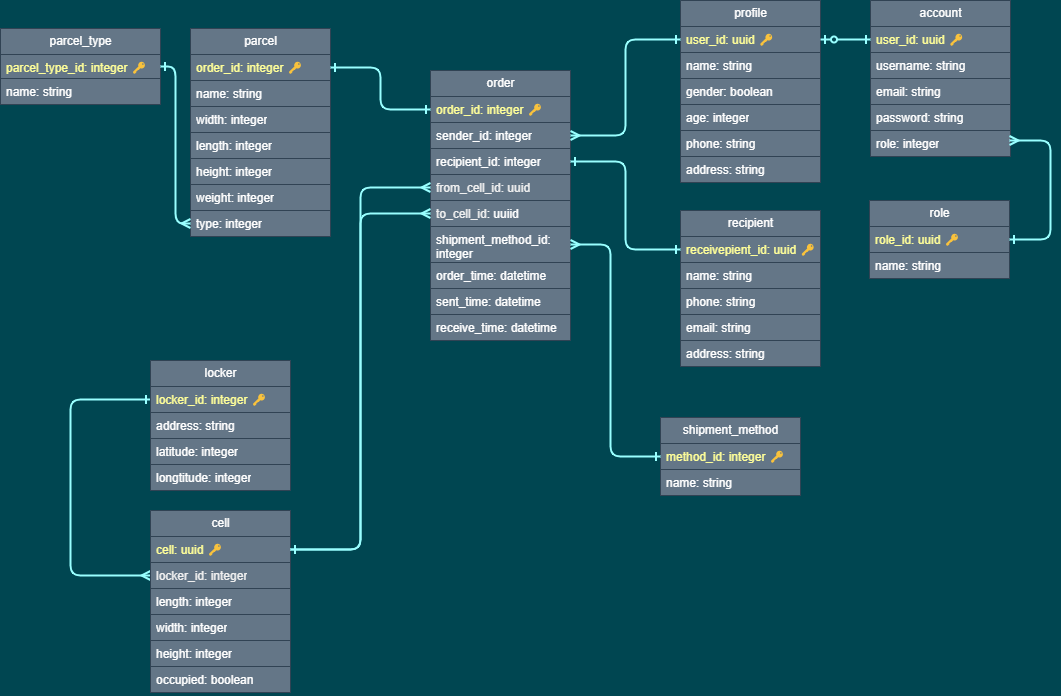
chauanphu/be-parcel-locker keeps this draw.io diagram as UML.drawio.png. Above is the earlier version. Source tidied: cells renumbered, new cells last; positions are measured from the earlier drawing's top-left corner, leaving out a move shared by most shapes.
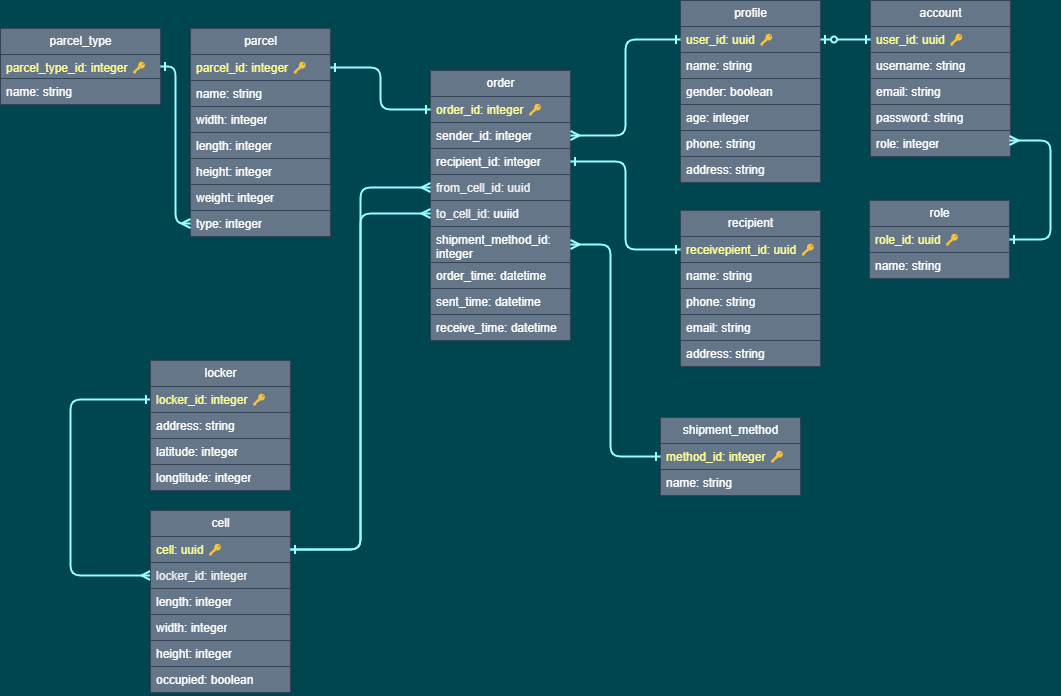
The same diagram one commit later.

Commit message:
schema: rename to parcel_id

Diff of the diagram source:
```diff
@@ -5,7 +5,7 @@
     <mxCell id="2" value="parcel" style="swimlane;fontStyle=0;horizontal=1;startSize=26;fillColor=#647687;html=1;fontColor=#ffffff;strokeColor=#314354;" parent="1" vertex="1">
       <mxGeometry x="190" y="28" width="140" height="208" as="geometry" />
     </mxCell>
-    <mxCell id="3" value="&lt;span style=&quot;color: rgb(255, 255, 153);&quot;&gt;order_id&lt;/span&gt;&lt;font color=&quot;#ffff99&quot;&gt;: integer 🔑&lt;/font&gt;" style="text;strokeColor=#314354;fillColor=#647687;align=left;verticalAlign=top;spacingLeft=4;spacingRight=4;overflow=hidden;points=[[0,0.5],[1,0.5]];portConstraint=eastwest;whiteSpace=wrap;html=1;fontColor=#ffffff;" parent="2" vertex="1">
+    <mxCell id="3" value="&lt;span style=&quot;color: rgb(255, 255, 153);&quot;&gt;parcel_id&lt;/span&gt;&lt;font color=&quot;#ffff99&quot;&gt;: integer 🔑&lt;/font&gt;" style="text;strokeColor=#314354;fillColor=#647687;align=left;verticalAlign=top;spacingLeft=4;spacingRight=4;overflow=hidden;points=[[0,0.5],[1,0.5]];portConstraint=eastwest;whiteSpace=wrap;html=1;fontColor=#ffffff;" parent="2" vertex="1">
       <mxGeometry y="26" width="140" height="26" as="geometry" />
     </mxCell>
     <mxCell id="4" value="name: string" style="text;strokeColor=#314354;fillColor=#647687;align=left;verticalAlign=top;spacingLeft=4;spacingRight=4;overflow=hidden;whiteSpace=wrap;html=1;fontColor=#ffffff;" parent="2" vertex="1">
```
